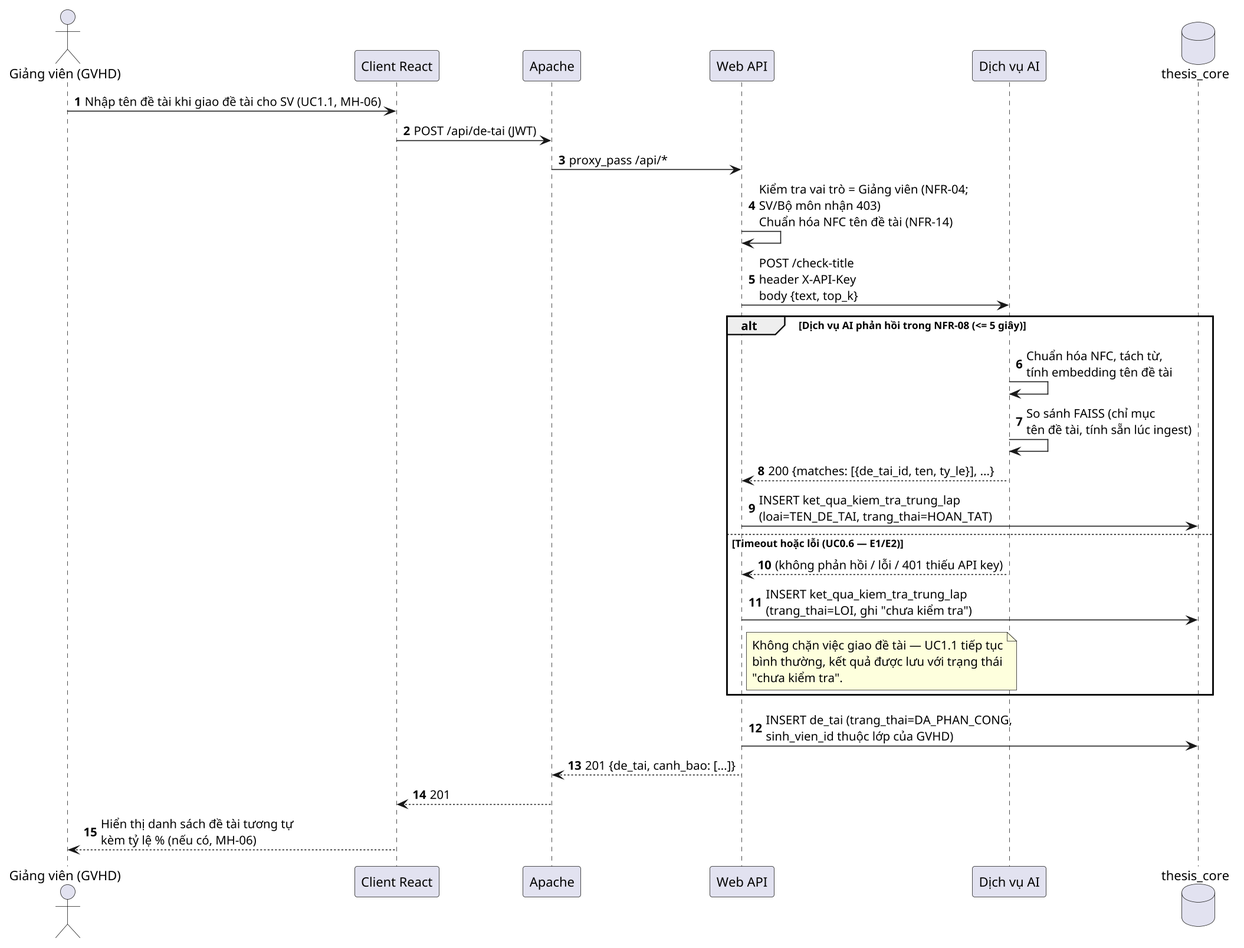
Earlier version of the PlantUML export docs/chuong-3-thiet-ke/kien-truc/seq-check-title.png (dtc235200036-alt/ICTU-DATN-NguyenThiMaiAnh).
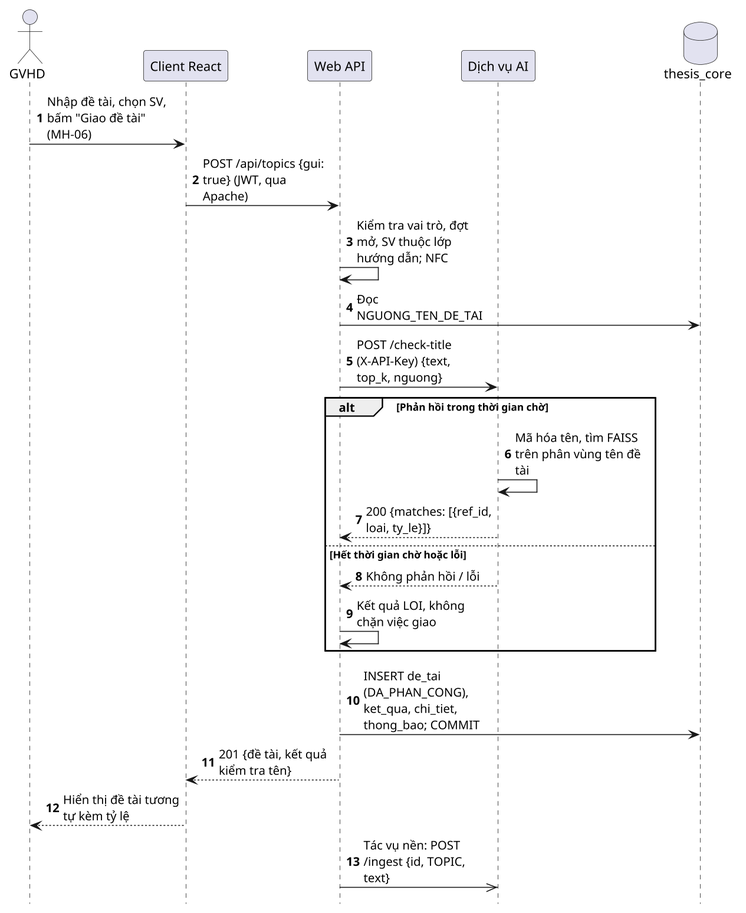
After the commit.

Diff of the diagram source:
```diff
@@ -6,40 +6,33 @@
 skinparam classAttributeIconSize 0
 !pragma layout smetana
 autonumber
+hide footbox
+skinparam responseMessageBelowArrow true
+skinparam maxMessageSize 140
 
-actor "Giảng viên (GVHD)" as User
+actor "GVHD" as User
 participant "Client React" as Client
-participant "Apache" as Apache
 participant "Web API" as WebAPI
 participant "Dịch vụ AI" as AIService
 database "thesis_core" as DBCore
 
-User -> Client : Nhập tên đề tài khi giao đề tài cho SV (UC1.1, MH-06)
-Client -> Apache : POST /api/de-tai (JWT)
-Apache -> WebAPI : proxy_pass /api/*
+User -> Client : Nhập đề tài, chọn SV, bấm "Giao đề tài" (MH-06)
+Client -> WebAPI : POST /api/topics {gui: true} (JWT, qua Apache)
+WebAPI -> WebAPI : Kiểm tra vai trò, đợt mở, SV thuộc lớp hướng dẫn; NFC
+WebAPI -> DBCore : Đọc NGUONG_TEN_DE_TAI
+WebAPI -> AIService : POST /check-title (X-API-Key) {text, top_k, nguong}
 
-WebAPI -> WebAPI : Kiểm tra vai trò = Giảng viên (NFR-04;\nSV/Bộ môn nhận 403)\nChuẩn hóa NFC tên đề tài (NFR-14)
-
-WebAPI -> AIService : POST /check-title\nheader X-API-Key\nbody {text, top_k}
-
-alt Dịch vụ AI phản hồi trong NFR-08 (<= 5 giây)
-  AIService -> AIService : Chuẩn hóa NFC, tách từ,\ntính embedding tên đề tài
-  AIService -> AIService : So sánh FAISS (chỉ mục\ntên đề tài, tính sẵn lúc ingest)
-  AIService --> WebAPI : 200 {matches: [{de_tai_id, ten, ty_le}], ...}
-  WebAPI -> DBCore : INSERT ket_qua_kiem_tra_trung_lap\n(loai=TEN_DE_TAI, trang_thai=HOAN_TAT)
-else Timeout hoặc lỗi (UC0.6 — E1/E2)
-  AIService --> WebAPI : (không phản hồi / lỗi / 401 thiếu API key)
-  WebAPI -> DBCore : INSERT ket_qua_kiem_tra_trung_lap\n(trang_thai=LOI, ghi "chưa kiểm tra")
-  note right of WebAPI
-    Không chặn việc giao đề tài — UC1.1 tiếp tục
-    bình thường, kết quả được lưu với trạng thái
-    "chưa kiểm tra".
-  end note
+alt Phản hồi trong thời gian chờ
+  AIService -> AIService : Mã hóa tên, tìm FAISS trên phân vùng tên đề tài
+  AIService --> WebAPI : 200 {matches: [{ref_id, loai, ty_le}]}
+else Hết thời gian chờ hoặc lỗi
+  AIService --> WebAPI : Không phản hồi / lỗi
+  WebAPI -> WebAPI : Kết quả LOI, không chặn việc giao
 end
 
-WebAPI -> DBCore : INSERT de_tai (trang_thai=DA_PHAN_CONG,\nsinh_vien_id thuộc lớp của GVHD)
-WebAPI --> Apache : 201 {de_tai, canh_bao: [...]}
-Apache --> Client : 201
-Client --> User : Hiển thị danh sách đề tài tương tự\nkèm tỷ lệ % (nếu có, MH-06)
+WebAPI -> DBCore : INSERT de_tai (DA_PHAN_CONG), ket_qua, chi_tiet, thong_bao; COMMIT
+WebAPI --> Client : 201 {đề tài, kết quả kiểm tra tên}
+Client --> User : Hiển thị đề tài tương tự kèm tỷ lệ
+WebAPI ->> AIService : Tác vụ nền: POST /ingest {id, TOPIC, text}
 
 @enduml
```
